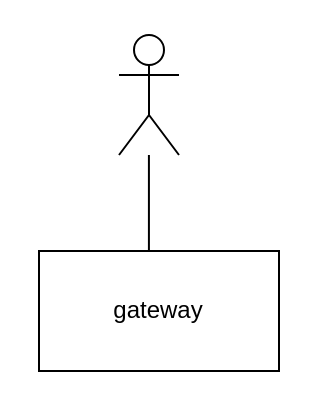
The draw.io diagram 视频云/天翼看家/授权服务.drawio in damozhiying/draw.io, before the edit. Source tidied: cells renumbered, new cells numbered last; positions are measured from the earlier drawing's top-left corner, leaving out a move shared by most shapes. Both pictures are drawn from the tidied source at 200%, with x=0, y=0 at pixel (38, 34).
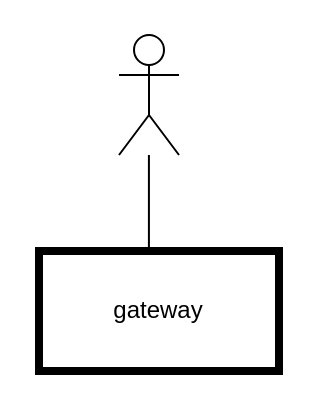
The same diagram, later.

Commit message (it also covers changes not shown here):
更新授权服务.drawio

What changed in the source:
```diff
@@
 <mxGraphModel>
   <root>
     <mxCell id="0" />
     <mxCell id="1" parent="0" />
     <mxCell id="2" style="edgeStyle=orthogonalEdgeStyle;rounded=0;jettySize=auto;html=1;entryX=0.458;entryY=0.167;entryDx=0;entryDy=0;entryPerimeter=0;" parent="1" edge="1" source="3" target="4">
       <mxGeometry relative="1" as="geometry" />
     </mxCell>
     <mxCell id="3" style="shape=umlActor;verticalLabelPosition=bottom;labelBackgroundColor=#ffffff;verticalAlign=top;html=1;outlineConnect=0;" parent="1" vertex="1">
       <mxGeometry x="40" width="30" height="60" as="geometry" />
     </mxCell>
-    <mxCell id="4" value="gateway" style="rounded=0;whiteSpace=wrap;html=1;" parent="1" vertex="1">
+    <mxCell id="4" value="gateway" style="rounded=0;whiteSpace=wrap;html=1;strokeWidth=4;" parent="1" vertex="1">
       <mxGeometry y="108" width="120" height="60" as="geometry" />
     </mxCell>
   </root>
 </mxGraphModel>
```
